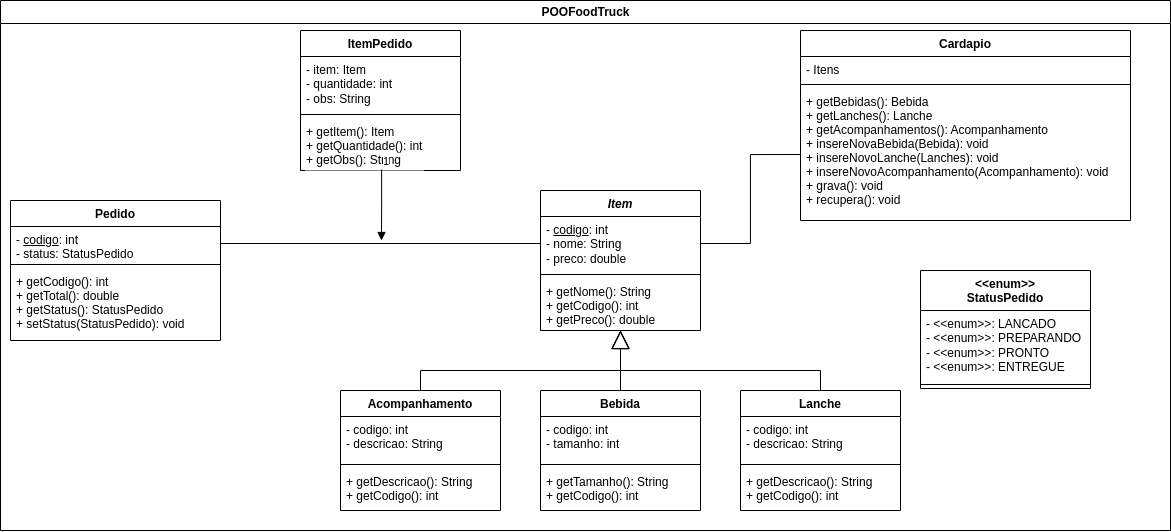
Above: assets/PUCPOOFoodTruck.drawio.png in equinalhapuc/POOFoodTruck (draw.io), before the change. Source tidied: cells renumbered, new cells last; positions are measured from the earlier drawing's top-left corner, leaving out a move shared by most shapes.
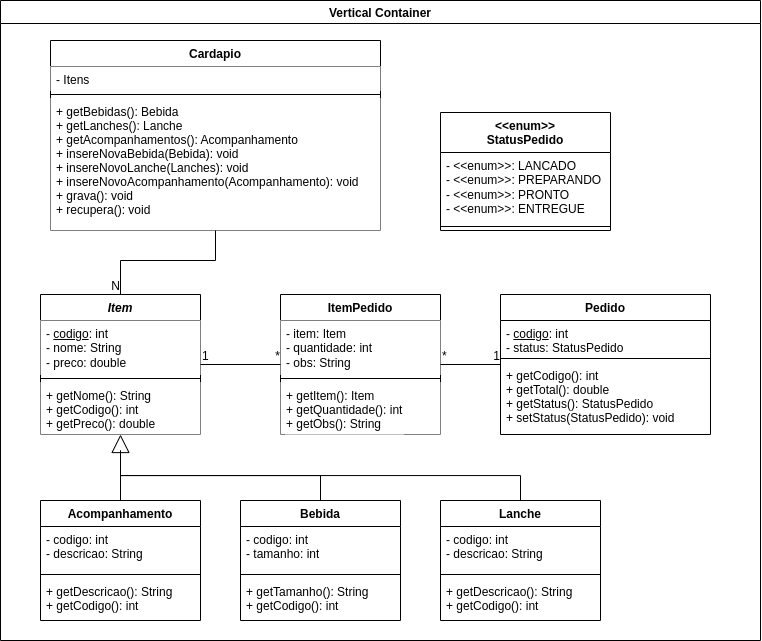
Above is the later version.

Commit message:
Atualizado diagrama

The edit, as a diff of the source:
```diff
@@ -2,20 +2,57 @@
   <root>
-    <mxCell id="0" />
-    <mxCell id="1" parent="0" />
-    <mxCell id="2" value="POOFoodTruck" style="swimlane;labelBackgroundColor=#FFFFFF;html=1;fillColor=#FFFFFF;swimlaneFillColor=#FFFFFF;gradientColor=none;" parent="1" vertex="1">
-      <mxGeometry width="1170" height="530" as="geometry" />
-    </mxCell>
-    <mxCell id="3" value="&lt;&lt;enum&gt;&gt;&#10;StatusPedido" style="swimlane;fontStyle=1;align=center;verticalAlign=top;horizontal=1;startSize=40;" parent="2" vertex="1">
-      <mxGeometry x="920" y="270" width="170" height="118" as="geometry" />
-    </mxCell>
-    <mxCell id="4" value="- &amp;lt;&amp;lt;enum&amp;gt;&amp;gt;: LANCADO&lt;br&gt;- &amp;lt;&amp;lt;enum&amp;gt;&amp;gt;: PREPARANDO&lt;br&gt;- &amp;lt;&amp;lt;enum&amp;gt;&amp;gt;: PRONTO&lt;br&gt;- &amp;lt;&amp;lt;enum&amp;gt;&amp;gt;: ENTREGUE" style="text;strokeColor=none;fillColor=none;align=left;verticalAlign=top;spacingLeft=4;spacingRight=4;overflow=hidden;fontStyle=0;html=1;" parent="3" vertex="1">
-      <mxGeometry y="40" width="170" height="70" as="geometry" />
-    </mxCell>
-    <mxCell id="5" style="line;strokeWidth=1;fillColor=none;align=left;verticalAlign=middle;spacingTop=-1;spacingLeft=3;spacingRight=3;labelPosition=right;" parent="3" vertex="1">
-      <mxGeometry y="110" width="170" height="8" as="geometry" />
-    </mxCell>
+    <mxCell id="41" />
+    <mxCell id="42" parent="41" />
+    <mxCell id="43" style="edgeStyle=orthogonalEdgeStyle;rounded=0;jettySize=auto;html=1;exitX=0.5;exitY=0;exitDx=0;exitDy=0;endArrow=none;endFill=0;" parent="42" edge="1" source="14">
+      <mxGeometry relative="1" as="geometry">
+        <mxPoint x="420" y="340" as="targetPoint" />
+      </mxGeometry>
+    </mxCell>
+    <mxCell id="10" value="Acompanhamento" style="swimlane;fontStyle=1;align=center;verticalAlign=top;horizontal=1;startSize=26;" parent="42" vertex="1">
+      <mxGeometry x="340" y="390" width="160" height="120" as="geometry" />
+    </mxCell>
+    <mxCell id="44" value="- codigo: int&lt;br&gt;- descricao: String&lt;br&gt;" style="text;strokeColor=none;fillColor=none;align=left;verticalAlign=top;spacingLeft=4;spacingRight=4;overflow=hidden;fontStyle=0;html=1;" parent="10" vertex="1">
+      <mxGeometry y="26" width="160" height="44" as="geometry" />
+    </mxCell>
+    <mxCell id="45" style="line;strokeWidth=1;fillColor=none;align=left;verticalAlign=middle;spacingTop=-1;spacingLeft=3;spacingRight=3;labelPosition=right;" parent="10" vertex="1">
+      <mxGeometry y="70" width="160" height="8" as="geometry" />
+    </mxCell>
+    <mxCell id="46" value="+ getDescricao(): String&#10;+ getCodigo(): int" style="text;strokeColor=none;fillColor=none;align=left;verticalAlign=top;spacingLeft=4;spacingRight=4;overflow=hidden;" parent="10" vertex="1">
+      <mxGeometry y="78" width="160" height="42" as="geometry" />
+    </mxCell>
+    <mxCell id="14" value="Bebida" style="swimlane;fontStyle=1;align=center;verticalAlign=top;horizontal=1;startSize=26;" parent="42" vertex="1">
+      <mxGeometry x="540" y="390" width="160" height="120" as="geometry" />
+    </mxCell>
+    <mxCell id="15" value="- codigo: int&lt;br&gt;- tamanho: int" style="text;strokeColor=none;fillColor=none;align=left;verticalAlign=top;spacingLeft=4;spacingRight=4;overflow=hidden;fontStyle=0;html=1;" parent="14" vertex="1">
+      <mxGeometry y="26" width="160" height="44" as="geometry" />
+    </mxCell>
+    <mxCell id="47" style="line;strokeWidth=1;fillColor=none;align=left;verticalAlign=middle;spacingTop=-1;spacingLeft=3;spacingRight=3;labelPosition=right;" parent="14" vertex="1">
+      <mxGeometry y="70" width="160" height="8" as="geometry" />
+    </mxCell>
+    <mxCell id="17" value="+ getTamanho(): String&#10;+ getCodigo(): int" style="text;strokeColor=none;fillColor=none;align=left;verticalAlign=top;spacingLeft=4;spacingRight=4;overflow=hidden;" parent="14" vertex="1">
+      <mxGeometry y="78" width="160" height="42" as="geometry" />
+    </mxCell>
+    <mxCell id="48" style="edgeStyle=orthogonalEdgeStyle;rounded=0;jettySize=auto;html=1;exitX=0.5;exitY=0;exitDx=0;exitDy=0;endArrow=none;endFill=0;" parent="42" edge="1" source="18">
+      <mxGeometry relative="1" as="geometry">
+        <mxPoint x="420" y="340" as="targetPoint" />
+      </mxGeometry>
+    </mxCell>
+    <mxCell id="18" value="Lanche" style="swimlane;fontStyle=1;align=center;verticalAlign=top;horizontal=1;startSize=26;" parent="42" vertex="1">
+      <mxGeometry x="740" y="390" width="160" height="120" as="geometry" />
+    </mxCell>
+    <mxCell id="49" value="- codigo: int&lt;br&gt;- descricao: String&lt;br&gt;" style="text;strokeColor=none;fillColor=none;align=left;verticalAlign=top;spacingLeft=4;spacingRight=4;overflow=hidden;fontStyle=0;html=1;" parent="18" vertex="1">
+      <mxGeometry y="26" width="160" height="44" as="geometry" />
+    </mxCell>
+    <mxCell id="50" style="line;strokeWidth=1;fillColor=none;align=left;verticalAlign=middle;spacingTop=-1;spacingLeft=3;spacingRight=3;labelPosition=right;" parent="18" vertex="1">
+      <mxGeometry y="70" width="160" height="8" as="geometry" />
+    </mxCell>
+    <mxCell id="51" value="+ getDescricao(): String&#10;+ getCodigo(): int" style="text;strokeColor=none;fillColor=none;align=left;verticalAlign=top;spacingLeft=4;spacingRight=4;overflow=hidden;" parent="18" vertex="1">
+      <mxGeometry y="78" width="160" height="42" as="geometry" />
+    </mxCell>
+    <mxCell id="52" value="Vertical Container" style="swimlane;fillColor=default;" parent="42" vertex="1">
+      <mxGeometry x="300" y="-110" width="760" height="640" as="geometry" />
+    </mxCell>
-    <mxCell id="6" value="Item" style="swimlane;fontStyle=3;align=center;verticalAlign=top;horizontal=1;startSize=26;" parent="1" vertex="1">
-      <mxGeometry x="540" y="190" width="160" height="140" as="geometry" />
+    <mxCell id="6" value="Item" style="swimlane;fontStyle=3;align=center;verticalAlign=top;horizontal=1;startSize=26;" parent="52" vertex="1">
+      <mxGeometry x="40" y="294" width="160" height="140" as="geometry" />
     </mxCell>
-    <mxCell id="7" value="- &lt;u&gt;codigo&lt;/u&gt;: int&lt;br&gt;- nome: String&lt;br&gt;- preco: double" style="text;strokeColor=none;fillColor=none;align=left;verticalAlign=top;spacingLeft=4;spacingRight=4;overflow=hidden;points=[[0,0.5],[1,0.5]];portConstraint=eastwest;fontStyle=0;html=1;" parent="6" vertex="1">
+    <mxCell id="7" value="- &lt;u&gt;codigo&lt;/u&gt;: int&lt;br&gt;- nome: String&lt;br&gt;- preco: double" style="text;strokeColor=none;fillColor=default;align=left;verticalAlign=top;spacingLeft=4;spacingRight=4;overflow=hidden;points=[[0,0.5],[1,0.5]];portConstraint=eastwest;fontStyle=0;html=1;" parent="6" vertex="1">
       <mxGeometry y="26" width="160" height="54" as="geometry" />
@@ -25,69 +62,51 @@
     </mxCell>
-    <mxCell id="9" value="+ getNome(): String&#10;+ getCodigo(): int&#10;+ getPreco(): double" style="text;strokeColor=none;fillColor=none;align=left;verticalAlign=top;spacingLeft=4;spacingRight=4;overflow=hidden;" parent="6" vertex="1">
+    <mxCell id="9" value="+ getNome(): String&#10;+ getCodigo(): int&#10;+ getPreco(): double" style="text;strokeColor=none;fillColor=default;align=left;verticalAlign=top;spacingLeft=4;spacingRight=4;overflow=hidden;" parent="6" vertex="1">
       <mxGeometry y="88" width="160" height="52" as="geometry" />
     </mxCell>
-    <mxCell id="10" value="Acompanhamento" style="swimlane;fontStyle=1;align=center;verticalAlign=top;horizontal=1;startSize=26;" parent="1" vertex="1">
-      <mxGeometry x="340" y="390" width="160" height="120" as="geometry" />
-    </mxCell>
-    <mxCell id="11" value="- codigo: int&lt;br&gt;- descricao: String&lt;br&gt;" style="text;strokeColor=none;fillColor=none;align=left;verticalAlign=top;spacingLeft=4;spacingRight=4;overflow=hidden;fontStyle=0;html=1;" parent="10" vertex="1">
-      <mxGeometry y="26" width="160" height="44" as="geometry" />
-    </mxCell>
-    <mxCell id="12" style="line;strokeWidth=1;fillColor=none;align=left;verticalAlign=middle;spacingTop=-1;spacingLeft=3;spacingRight=3;labelPosition=right;" parent="10" vertex="1">
-      <mxGeometry y="70" width="160" height="8" as="geometry" />
-    </mxCell>
-    <mxCell id="13" value="+ getDescricao(): String&#10;+ getCodigo(): int" style="text;strokeColor=none;fillColor=none;align=left;verticalAlign=top;spacingLeft=4;spacingRight=4;overflow=hidden;" parent="10" vertex="1">
-      <mxGeometry y="78" width="160" height="42" as="geometry" />
-    </mxCell>
-    <mxCell id="14" value="Bebida" style="swimlane;fontStyle=1;align=center;verticalAlign=top;horizontal=1;startSize=26;" parent="1" vertex="1">
-      <mxGeometry x="540" y="390" width="160" height="120" as="geometry" />
-    </mxCell>
-    <mxCell id="15" value="- codigo: int&lt;br&gt;- tamanho: int" style="text;strokeColor=none;fillColor=none;align=left;verticalAlign=top;spacingLeft=4;spacingRight=4;overflow=hidden;fontStyle=0;html=1;" parent="14" vertex="1">
-      <mxGeometry y="26" width="160" height="44" as="geometry" />
-    </mxCell>
-    <mxCell id="16" style="line;strokeWidth=1;fillColor=none;align=left;verticalAlign=middle;spacingTop=-1;spacingLeft=3;spacingRight=3;labelPosition=right;" parent="14" vertex="1">
-      <mxGeometry y="70" width="160" height="8" as="geometry" />
-    </mxCell>
-    <mxCell id="17" value="+ getTamanho(): String&#10;+ getCodigo(): int" style="text;strokeColor=none;fillColor=none;align=left;verticalAlign=top;spacingLeft=4;spacingRight=4;overflow=hidden;" parent="14" vertex="1">
-      <mxGeometry y="78" width="160" height="42" as="geometry" />
-    </mxCell>
-    <mxCell id="18" value="Lanche" style="swimlane;fontStyle=1;align=center;verticalAlign=top;horizontal=1;startSize=26;" parent="1" vertex="1">
-      <mxGeometry x="740" y="390" width="160" height="120" as="geometry" />
-    </mxCell>
-    <mxCell id="19" value="- codigo: int&lt;br&gt;- descricao: String&lt;br&gt;" style="text;strokeColor=none;fillColor=none;align=left;verticalAlign=top;spacingLeft=4;spacingRight=4;overflow=hidden;fontStyle=0;html=1;" parent="18" vertex="1">
-      <mxGeometry y="26" width="160" height="44" as="geometry" />
-    </mxCell>
-    <mxCell id="20" style="line;strokeWidth=1;fillColor=none;align=left;verticalAlign=middle;spacingTop=-1;spacingLeft=3;spacingRight=3;labelPosition=right;" parent="18" vertex="1">
-      <mxGeometry y="70" width="160" height="8" as="geometry" />
-    </mxCell>
-    <mxCell id="21" value="+ getDescricao(): String&#10;+ getCodigo(): int" style="text;strokeColor=none;fillColor=none;align=left;verticalAlign=top;spacingLeft=4;spacingRight=4;overflow=hidden;" parent="18" vertex="1">
-      <mxGeometry y="78" width="160" height="42" as="geometry" />
-    </mxCell>
-    <mxCell id="22" style="endArrow=block;endSize=16;endFill=0;html=1;rounded=0;exitX=0.5;exitY=0;exitDx=0;exitDy=0;" parent="1" edge="1" source="10">
-      <mxGeometry relative="1" as="geometry">
-        <mxPoint x="620" y="330" as="targetPoint" />
-        <Array as="points">
-          <mxPoint x="420" y="370" />
-          <mxPoint x="620" y="370" />
-          <mxPoint x="620" y="350" />
-        </Array>
-      </mxGeometry>
-    </mxCell>
-    <mxCell id="23" style="endArrow=block;endSize=16;endFill=0;html=1;rounded=0;exitX=0.5;exitY=0;exitDx=0;exitDy=0;" parent="1" edge="1" source="18">
-      <mxGeometry relative="1" as="geometry">
-        <mxPoint x="620" y="330" as="targetPoint" />
-        <Array as="points">
-          <mxPoint x="820" y="370" />
-          <mxPoint x="620" y="370" />
-        </Array>
-      </mxGeometry>
-    </mxCell>
-    <mxCell id="24" style="endArrow=block;endSize=16;endFill=0;html=1;rounded=0;exitX=0.5;exitY=0;exitDx=0;exitDy=0;" parent="1" edge="1" source="14">
-      <mxGeometry relative="1" as="geometry">
-        <mxPoint x="620" y="330" as="targetPoint" />
-      </mxGeometry>
-    </mxCell>
+    <mxCell id="34" value="ItemPedido" style="swimlane;fontStyle=1;align=center;verticalAlign=top;horizontal=1;startSize=26;labelBackgroundColor=default;" parent="52" vertex="1">
+      <mxGeometry x="280" y="294" width="160" height="140" as="geometry" />
+    </mxCell>
+    <mxCell id="35" value="- item: Item&lt;br&gt;- quantidade: int&lt;br&gt;- obs: String" style="text;strokeColor=none;fillColor=default;align=left;verticalAlign=top;spacingLeft=4;spacingRight=4;overflow=hidden;fontStyle=0;html=1;labelBackgroundColor=default;" parent="34" vertex="1">
+      <mxGeometry y="26" width="160" height="54" as="geometry" />
+    </mxCell>
+    <mxCell id="36" style="line;strokeWidth=1;fillColor=none;align=left;verticalAlign=middle;spacingTop=-1;spacingLeft=3;spacingRight=3;labelPosition=right;labelBackgroundColor=default;" parent="34" vertex="1">
+      <mxGeometry y="80" width="160" height="8" as="geometry" />
+    </mxCell>
+    <mxCell id="37" value="+ getItem(): Item&#10;+ getQuantidade(): int&#10;+ getObs(): String" style="text;strokeColor=none;fillColor=default;align=left;verticalAlign=top;spacingLeft=4;spacingRight=4;overflow=hidden;points=[[0,0.5],[1,0.5]];portConstraint=eastwest;labelBackgroundColor=default;" parent="34" vertex="1">
+      <mxGeometry y="88" width="160" height="52" as="geometry" />
+    </mxCell>
+    <mxCell id="53" style="endArrow=none;html=1;rounded=0;" parent="52" edge="1" source="6" target="34">
+      <mxGeometry relative="1" as="geometry" />
+    </mxCell>
+    <mxCell id="54" value="1" style="html=1;align=left;verticalAlign=bottom;" parent="53" vertex="1">
+      <mxGeometry x="-1" relative="1" as="geometry" />
+    </mxCell>
+    <mxCell id="55" value="*" style="html=1;align=right;verticalAlign=bottom;" parent="53" vertex="1">
+      <mxGeometry x="1" relative="1" as="geometry" />
+    </mxCell>
+    <mxCell id="30" value="Pedido" style="swimlane;fontStyle=1;align=center;verticalAlign=top;horizontal=1;startSize=26;" parent="52" vertex="1">
+      <mxGeometry x="500" y="294" width="210" height="140" as="geometry" />
+    </mxCell>
+    <mxCell id="31" value="- &lt;u&gt;codigo&lt;/u&gt;: int&lt;br&gt;- status:&amp;nbsp;&lt;span style=&quot;text-align: center;&quot;&gt;StatusPedido&lt;/span&gt;" style="text;strokeColor=none;fillColor=none;align=left;verticalAlign=top;spacingLeft=4;spacingRight=4;overflow=hidden;points=[[0,0.5],[1,0.5]];portConstraint=eastwest;fontStyle=0;html=1;" parent="30" vertex="1">
+      <mxGeometry y="26" width="210" height="34" as="geometry" />
+    </mxCell>
+    <mxCell id="32" style="line;strokeWidth=1;fillColor=none;align=left;verticalAlign=middle;spacingTop=-1;spacingLeft=3;spacingRight=3;labelPosition=right;" parent="30" vertex="1">
+      <mxGeometry y="60" width="210" height="8" as="geometry" />
+    </mxCell>
+    <mxCell id="33" value="+ getCodigo(): int&#10;+ getTotal(): double&#10;+ getStatus(): StatusPedido&#10;+ setStatus(StatusPedido): void" style="text;strokeColor=none;fillColor=none;align=left;verticalAlign=top;spacingLeft=4;spacingRight=4;overflow=hidden;fontStyle=0;" parent="30" vertex="1">
+      <mxGeometry y="68" width="210" height="72" as="geometry" />
+    </mxCell>
+    <mxCell id="56" style="endArrow=none;html=1;rounded=0;" parent="52" edge="1" source="34" target="30">
+      <mxGeometry relative="1" as="geometry" />
+    </mxCell>
+    <mxCell id="57" value="*" style="html=1;align=left;verticalAlign=bottom;" parent="56" vertex="1">
+      <mxGeometry x="-1" relative="1" as="geometry" />
+    </mxCell>
+    <mxCell id="58" value="1" style="html=1;align=right;verticalAlign=bottom;" parent="56" vertex="1">
+      <mxGeometry x="1" relative="1" as="geometry" />
+    </mxCell>
-    <mxCell id="25" value="Cardapio" style="swimlane;fontStyle=1;align=center;verticalAlign=top;horizontal=1;startSize=26;labelBackgroundColor=#FFFFFF;" parent="1" vertex="1">
-      <mxGeometry x="800" y="30" width="330" height="190" as="geometry" />
+    <mxCell id="25" value="Cardapio" style="swimlane;fontStyle=1;align=center;verticalAlign=top;horizontal=1;startSize=26;labelBackgroundColor=#FFFFFF;fillColor=#FFFFFF;" parent="52" vertex="1">
+      <mxGeometry x="50" y="40" width="330" height="190" as="geometry" />
     </mxCell>
-    <mxCell id="26" value="- Itens" style="text;strokeColor=none;fillColor=none;align=left;verticalAlign=top;spacingLeft=4;spacingRight=4;overflow=hidden;fontStyle=0;html=1;labelBackgroundColor=#FFFFFF;" parent="25" vertex="1">
+    <mxCell id="26" value="- Itens" style="text;strokeColor=none;fillColor=default;align=left;verticalAlign=top;spacingLeft=4;spacingRight=4;overflow=hidden;fontStyle=0;html=1;labelBackgroundColor=#FFFFFF;" parent="25" vertex="1">
       <mxGeometry y="26" width="330" height="24" as="geometry" />
@@ -97,43 +116,28 @@
     </mxCell>
-    <mxCell id="28" value="+ getBebidas(): Bebida&#10;+ getLanches(): Lanche&#10;+ getAcompanhamentos(): Acompanhamento&#10;+ insereNovaBebida(Bebida): void&#10;+ insereNovoLanche(Lanches): void&#10;+ insereNovoAcompanhamento(Acompanhamento): void&#10;+ grava(): void&#10;+ recupera(): void" style="text;strokeColor=none;fillColor=none;align=left;verticalAlign=top;spacingLeft=4;spacingRight=4;overflow=hidden;points=[[0,0.5],[1,0.5]];portConstraint=eastwest;labelBackgroundColor=none;" parent="25" vertex="1">
+    <mxCell id="28" value="+ getBebidas(): Bebida&#10;+ getLanches(): Lanche&#10;+ getAcompanhamentos(): Acompanhamento&#10;+ insereNovaBebida(Bebida): void&#10;+ insereNovoLanche(Lanches): void&#10;+ insereNovoAcompanhamento(Acompanhamento): void&#10;+ grava(): void&#10;+ recupera(): void" style="text;strokeColor=none;fillColor=default;align=left;verticalAlign=top;spacingLeft=4;spacingRight=4;overflow=hidden;points=[[0,0.5],[1,0.5]];portConstraint=eastwest;labelBackgroundColor=none;" parent="25" vertex="1">
       <mxGeometry y="58" width="330" height="132" as="geometry" />
     </mxCell>
-    <mxCell id="29" style="edgeStyle=orthogonalEdgeStyle;rounded=0;jettySize=auto;html=1;exitX=1;exitY=0.5;exitDx=0;exitDy=0;entryX=0;entryY=0.5;entryDx=0;entryDy=0;endArrow=none;endFill=0;" parent="1" edge="1" source="7" target="28">
-      <mxGeometry relative="1" as="geometry" />
-    </mxCell>
-    <mxCell id="30" value="Pedido" style="swimlane;fontStyle=1;align=center;verticalAlign=top;horizontal=1;startSize=26;" parent="1" vertex="1">
-      <mxGeometry x="10" y="200" width="210" height="140" as="geometry" />
-    </mxCell>
-    <mxCell id="31" value="- &lt;u&gt;codigo&lt;/u&gt;: int&lt;br&gt;- status:&amp;nbsp;&lt;span style=&quot;text-align: center;&quot;&gt;StatusPedido&lt;/span&gt;" style="text;strokeColor=none;fillColor=none;align=left;verticalAlign=top;spacingLeft=4;spacingRight=4;overflow=hidden;points=[[0,0.5],[1,0.5]];portConstraint=eastwest;fontStyle=0;html=1;" parent="30" vertex="1">
-      <mxGeometry y="26" width="210" height="34" as="geometry" />
-    </mxCell>
-    <mxCell id="32" style="line;strokeWidth=1;fillColor=none;align=left;verticalAlign=middle;spacingTop=-1;spacingLeft=3;spacingRight=3;labelPosition=right;" parent="30" vertex="1">
-      <mxGeometry y="60" width="210" height="8" as="geometry" />
-    </mxCell>
-    <mxCell id="33" value="+ getCodigo(): int&#10;+ getTotal(): double&#10;+ getStatus(): StatusPedido&#10;+ setStatus(StatusPedido): void" style="text;strokeColor=none;fillColor=none;align=left;verticalAlign=top;spacingLeft=4;spacingRight=4;overflow=hidden;fontStyle=0;" parent="30" vertex="1">
-      <mxGeometry y="68" width="210" height="72" as="geometry" />
-    </mxCell>
-    <mxCell id="34" value="ItemPedido" style="swimlane;fontStyle=1;align=center;verticalAlign=top;horizontal=1;startSize=26;labelBackgroundColor=default;" parent="1" vertex="1">
-      <mxGeometry x="300" y="30" width="160" height="140" as="geometry" />
-    </mxCell>
-    <mxCell id="35" value="- item: Item&lt;br&gt;- quantidade: int&lt;br&gt;- obs: String" style="text;strokeColor=none;fillColor=none;align=left;verticalAlign=top;spacingLeft=4;spacingRight=4;overflow=hidden;fontStyle=0;html=1;labelBackgroundColor=default;" parent="34" vertex="1">
-      <mxGeometry y="26" width="160" height="54" as="geometry" />
-    </mxCell>
-    <mxCell id="36" style="line;strokeWidth=1;fillColor=none;align=left;verticalAlign=middle;spacingTop=-1;spacingLeft=3;spacingRight=3;labelPosition=right;labelBackgroundColor=default;" parent="34" vertex="1">
-      <mxGeometry y="80" width="160" height="8" as="geometry" />
-    </mxCell>
-    <mxCell id="37" value="+ getItem(): Item&#10;+ getQuantidade(): int&#10;+ getObs(): String" style="text;strokeColor=none;fillColor=none;align=left;verticalAlign=top;spacingLeft=4;spacingRight=4;overflow=hidden;points=[[0,0.5],[1,0.5]];portConstraint=eastwest;labelBackgroundColor=default;" parent="34" vertex="1">
-      <mxGeometry y="88" width="160" height="52" as="geometry" />
-    </mxCell>
-    <mxCell id="38" style="edgeStyle=orthogonalEdgeStyle;rounded=0;jettySize=auto;html=1;exitX=1;exitY=0.5;exitDx=0;exitDy=0;endArrow=none;endFill=0;" parent="1" edge="1" source="31" target="7">
-      <mxGeometry relative="1" as="geometry" />
-    </mxCell>
-    <mxCell id="39" style="endArrow=block;endFill=1;html=1;edgeStyle=orthogonalEdgeStyle;align=left;verticalAlign=top;rounded=0;exitX=0.507;exitY=0.983;exitDx=0;exitDy=0;exitPerimeter=0;" parent="1" edge="1" source="37">
-      <mxGeometry x="-1" relative="1" as="geometry">
-        <mxPoint x="381" y="240" as="targetPoint" />
-      </mxGeometry>
-    </mxCell>
-    <mxCell id="40" value="1" style="edgeLabel;html=1;align=left;verticalAlign=bottom;labelBackgroundColor=default;" parent="39" vertex="1">
-      <mxGeometry x="-1" relative="1" as="geometry" />
-    </mxCell>
+    <mxCell id="59" style="endArrow=none;html=1;rounded=0;entryX=0.5;entryY=0;entryDx=0;entryDy=0;" parent="52" edge="1" source="25" target="6">
+      <mxGeometry relative="1" as="geometry">
+        <Array as="points">
+          <mxPoint x="215" y="260" />
+          <mxPoint x="120" y="260" />
+        </Array>
+      </mxGeometry>
+    </mxCell>
+    <mxCell id="60" value="N" style="html=1;align=right;verticalAlign=bottom;" parent="59" vertex="1">
+      <mxGeometry x="1" relative="1" as="geometry" />
+    </mxCell>
+    <mxCell id="3" value="&lt;&lt;enum&gt;&gt;&#10;StatusPedido" style="swimlane;fontStyle=1;align=center;verticalAlign=top;horizontal=1;startSize=40;" parent="52" vertex="1">
+      <mxGeometry x="440" y="112" width="170" height="118" as="geometry" />
+    </mxCell>
+    <mxCell id="4" value="- &amp;lt;&amp;lt;enum&amp;gt;&amp;gt;: LANCADO&lt;br&gt;- &amp;lt;&amp;lt;enum&amp;gt;&amp;gt;: PREPARANDO&lt;br&gt;- &amp;lt;&amp;lt;enum&amp;gt;&amp;gt;: PRONTO&lt;br&gt;- &amp;lt;&amp;lt;enum&amp;gt;&amp;gt;: ENTREGUE" style="text;strokeColor=none;fillColor=none;align=left;verticalAlign=top;spacingLeft=4;spacingRight=4;overflow=hidden;fontStyle=0;html=1;" parent="3" vertex="1">
+      <mxGeometry y="40" width="170" height="70" as="geometry" />
+    </mxCell>
+    <mxCell id="5" style="line;strokeWidth=1;fillColor=none;align=left;verticalAlign=middle;spacingTop=-1;spacingLeft=3;spacingRight=3;labelPosition=right;" parent="3" vertex="1">
+      <mxGeometry y="110" width="170" height="8" as="geometry" />
+    </mxCell>
+    <mxCell id="61" style="endArrow=block;endSize=16;endFill=0;html=1;rounded=0;" parent="42" edge="1" source="10" target="6">
+      <mxGeometry relative="1" as="geometry" />
+    </mxCell>
   </root>
```
